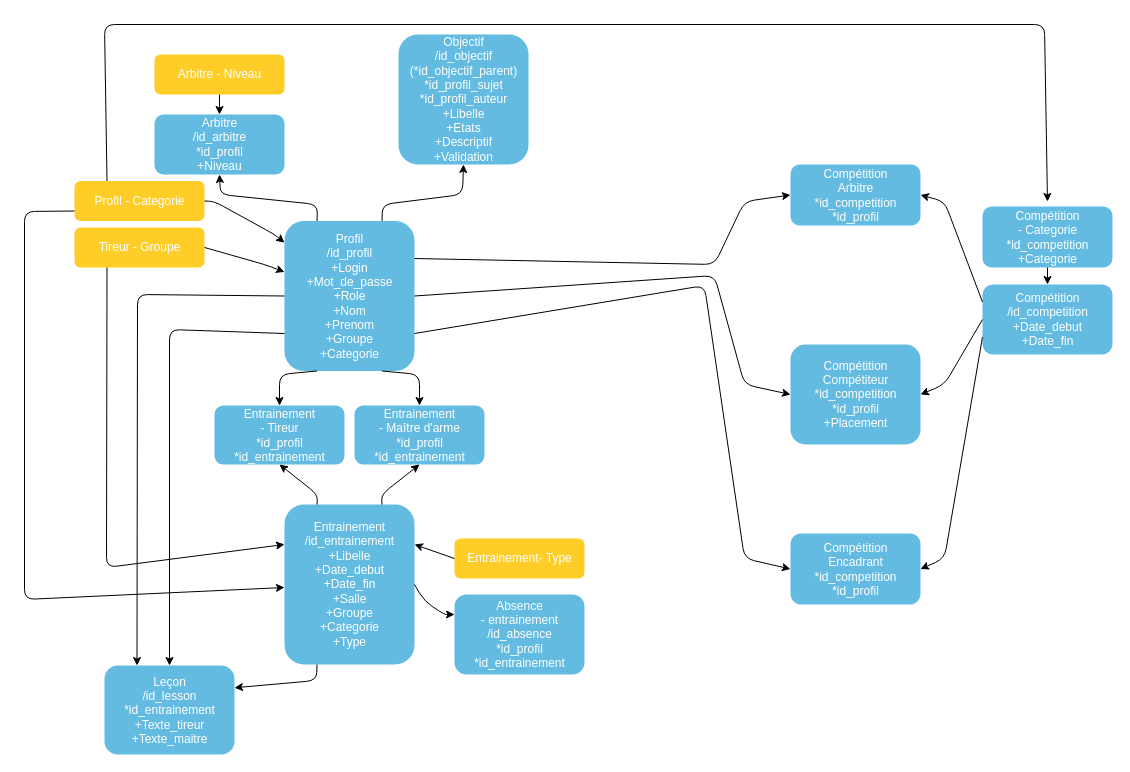
Earlier version of the draw.io diagram CEACEMVS.drawio (Letonade/Hitema-M1x2-OneWeek-2018-2019). Source tidied: cells renumbered, new cells numbered last; positions are measured from the earlier drawing's top-left corner, leaving out a move shared by most shapes. Both pictures are drawn from the tidied source at 100%, with x=0, y=0 at pixel (24, 24).
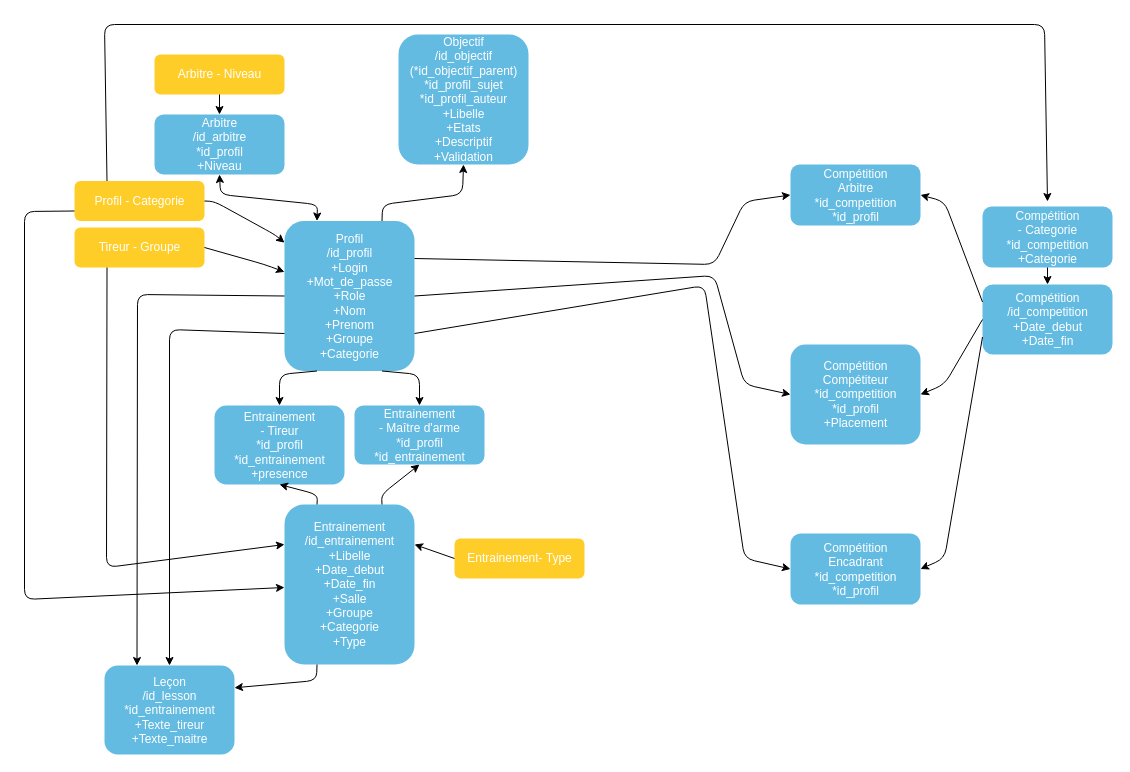
The same page after the edit.

The change refers to these unchanged cells:
```xml
<mxCell id="2" value="&lt;div&gt;Profil&lt;/div&gt;&lt;div&gt;/id_profil&lt;/div&gt;&lt;div&gt;+Login&lt;br&gt;&lt;/div&gt;&lt;div&gt;+Mot_de_passe&lt;br&gt;&lt;/div&gt;&lt;div&gt;+Role&lt;br&gt;&lt;/div&gt;&lt;div&gt;+Nom&lt;/div&gt;&lt;div&gt;+Prenom&lt;/div&gt;&lt;div&gt;&lt;div&gt;+Groupe&lt;/div&gt;&lt;div&gt;+Categorie&lt;/div&gt;&lt;/div&gt;" style="rounded=1;fillColor=#64BBE2;strokeColor=none;strokeWidth=3;shadow=0;html=1;fontColor=#FFFFFF;" parent="1" vertex="1">
  <mxGeometry x="260" y="196.5" width="130" height="150" as="geometry" />
</mxCell>
<mxCell id="10" value="&lt;div&gt;Entrainement&lt;/div&gt;&lt;div&gt;/id_entrainement&lt;br&gt;&lt;/div&gt;&lt;div&gt;+Libelle&lt;/div&gt;&lt;div&gt;+Date_debut&lt;/div&gt;&lt;div&gt;&lt;div&gt;+Date_fin&lt;/div&gt;&lt;/div&gt;&lt;div&gt;+Salle&lt;/div&gt;&lt;div&gt;+Groupe&lt;/div&gt;&lt;div&gt;+Categorie&lt;/div&gt;&lt;div&gt;+Type&lt;/div&gt;" style="rounded=1;fillColor=#64BBE2;strokeColor=none;strokeWidth=3;shadow=0;html=1;fontColor=#FFFFFF;" parent="1" vertex="1">
  <mxGeometry x="260" y="480" width="130" height="160" as="geometry" />
</mxCell>
<mxCell id="26" value="&lt;div&gt;Arbitre&lt;/div&gt;&lt;div&gt;/id_arbitre&lt;br&gt;&lt;/div&gt;&lt;div&gt;*id_profil&lt;br&gt;&lt;/div&gt;&lt;div&gt;+Niveau&lt;/div&gt;" style="rounded=1;fillColor=#64BBE2;strokeColor=none;strokeWidth=3;shadow=0;html=1;fontColor=#FFFFFF;" parent="1" vertex="1">
  <mxGeometry x="130" y="90" width="130" height="60" as="geometry" />
</mxCell>
```

What changed in the source:
```diff
@@
-    <mxCell id="6" value="&lt;div&gt;Entrainement&lt;/div&gt;&lt;div&gt; - Tireur&lt;/div&gt;&lt;div&gt;*id_profil&lt;/div&gt;&lt;div&gt;*id_entrainement&lt;/div&gt;" style="rounded=1;fillColor=#64BBE2;strokeColor=none;strokeWidth=3;shadow=0;html=1;fontColor=#FFFFFF;" parent="1" vertex="1">
-      <mxGeometry x="190" y="381" width="130" height="59" as="geometry" />
+    <mxCell id="6" value="&lt;div&gt;Entrainement&lt;/div&gt;&lt;div&gt; - Tireur&lt;/div&gt;&lt;div&gt;*id_profil&lt;/div&gt;&lt;div&gt;*id_entrainement&lt;/div&gt;&lt;div&gt;+presence&lt;br&gt;&lt;/div&gt;" style="rounded=1;fillColor=#64BBE2;strokeColor=none;strokeWidth=3;shadow=0;html=1;fontColor=#FFFFFF;" parent="1" vertex="1">
+      <mxGeometry x="190" y="381" width="130" height="79" as="geometry" />
     </mxCell>
@@
-    <mxCell id="27" style="endArrow=classic;html=1;entryX=0.5;entryY=1;entryDx=0;entryDy=0;exitX=0.25;exitY=0;exitDx=0;exitDy=0;" parent="1" edge="1" source="2" target="26">
+    <mxCell id="27" style="endArrow=classic;html=1;entryX=0.5;entryY=1;entryDx=0;entryDy=0;exitX=0.25;exitY=0;exitDx=0;exitDy=0;startArrow=classic;startFill=1;" parent="1" edge="1" source="2" target="26">
       <mxGeometry relative="1" as="geometry">
         <Array as="points">
           <mxPoint x="293" y="180" />
           <mxPoint x="196" y="170" />
         </Array>
       </mxGeometry>
     </mxCell>
@@
-    <mxCell id="42" value="&lt;div&gt;Absence&lt;/div&gt;&lt;div&gt;- entrainement&lt;br&gt;&lt;/div&gt;&lt;div&gt;/id_absence&lt;/div&gt;&lt;div&gt;*id_profil&lt;/div&gt;&lt;div&gt;*id_entrainement&lt;br&gt;&lt;/div&gt;" style="rounded=1;fillColor=#64BBE2;strokeColor=none;strokeWidth=3;shadow=0;html=1;fontColor=#FFFFFF;" parent="1" vertex="1">
-      <mxGeometry x="430" y="570" width="130" height="80" as="geometry" />
-    </mxCell>
-    <mxCell id="43" style="endArrow=classic;html=1;exitX=1;exitY=0.5;exitDx=0;exitDy=0;startArrow=none;startFill=0;endFill=1;entryX=0;entryY=0.25;entryDx=0;entryDy=0;" parent="1" edge="1" source="10" target="42">
-      <mxGeometry relative="1" as="geometry">
-        <Array as="points">
-          <mxPoint x="400" y="577" />
-          <mxPoint x="420" y="590" />
-        </Array>
-      </mxGeometry>
-    </mxCell>
```
